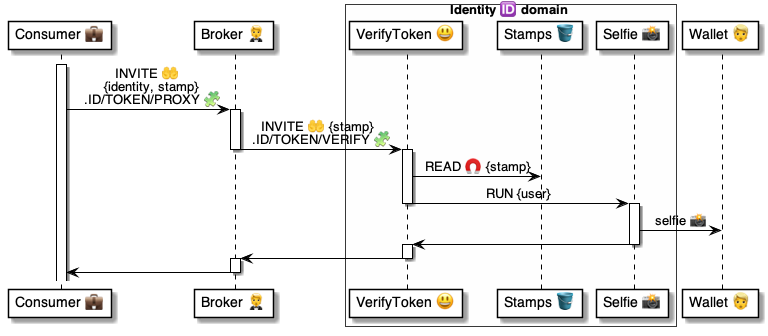
Before: 4 ⚙️ Solution/50 🫥 Agent domains/Identities 🆔/🆔😃 Identity talkers/VerifyToken 🎫 invite/🆔 VerifyToken ⚙️ uml.png, a diagram exported from PlantUML (pollyweb-org/pollyweb-docs). Its source is kept beside it as 4 ⚙️ Solution/50 🫥 Agent domains/Identities 🆔/🆔😃 Identity talkers/VerifyToken 🎫 invite/🆔 VerifyToken ⚙️ uml.puml.
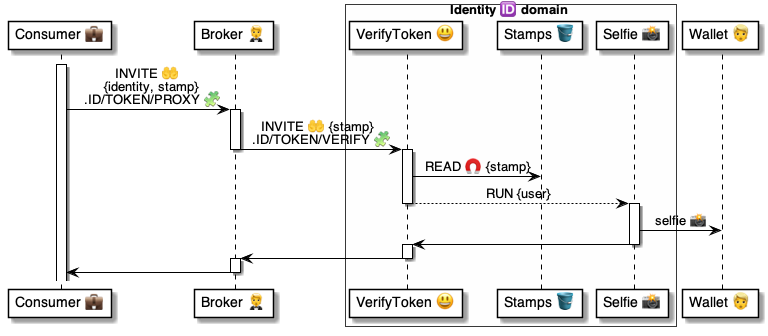
Later version of the same file.

Diff of the diagram source:
```diff
@@ -20,7 +20,7 @@
 
 activate script
     script -> tokens: READ 🧲 {stamp}
-    script -> identify: RUN {user}
+    script --> identify: RUN {user}
 deactivate script
 
 activate identify
```
